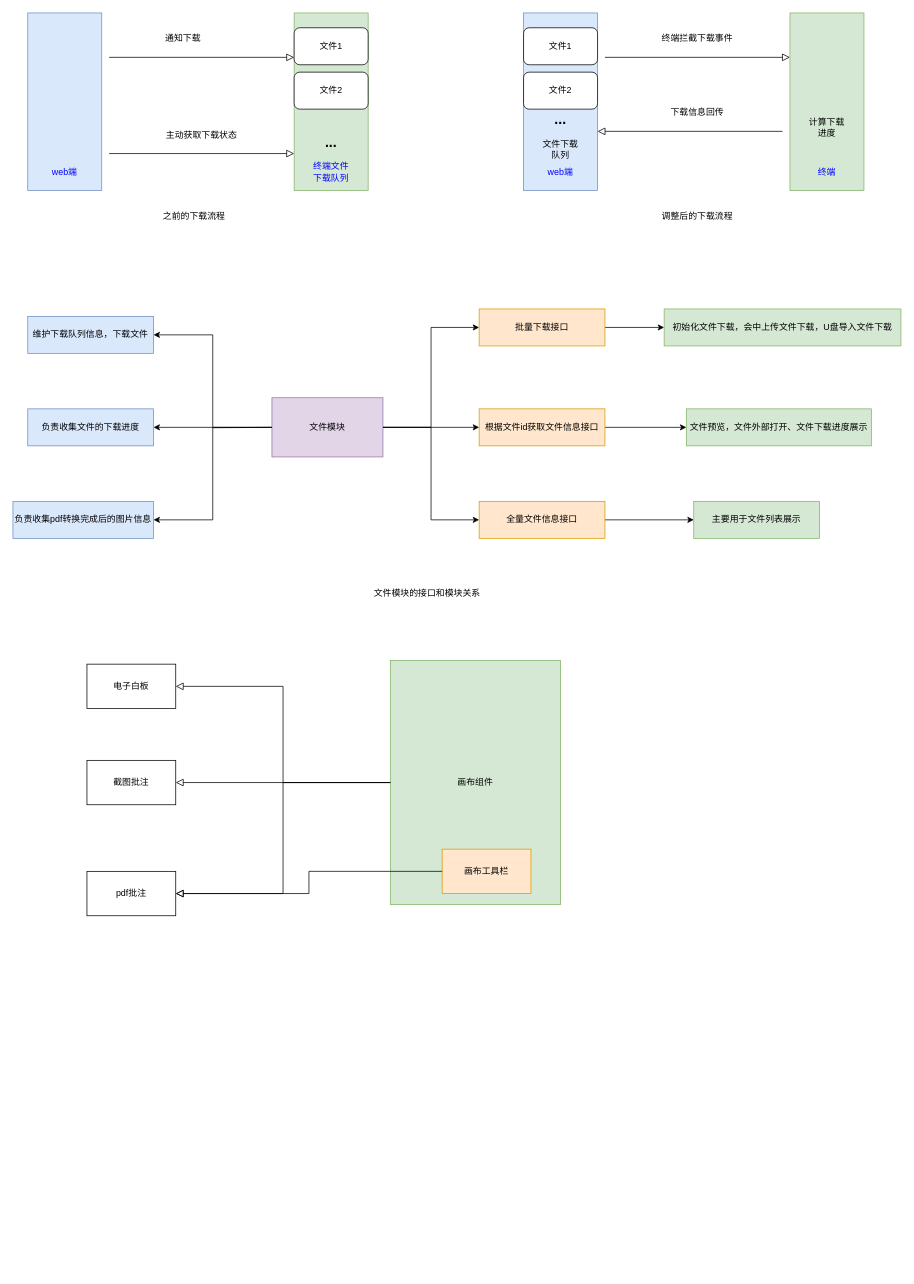
laterbuy/blogTalk keeps this draw.io diagram as whiteboard/work/download.drawio. Above is the earlier version. Source tidied: cells renumbered, new cells numbered last; positions are measured from the earlier drawing's top-left corner, leaving out a move shared by most shapes. Both pictures are drawn from the tidied source at 74%, with x=0, y=0 at pixel (13, 13).
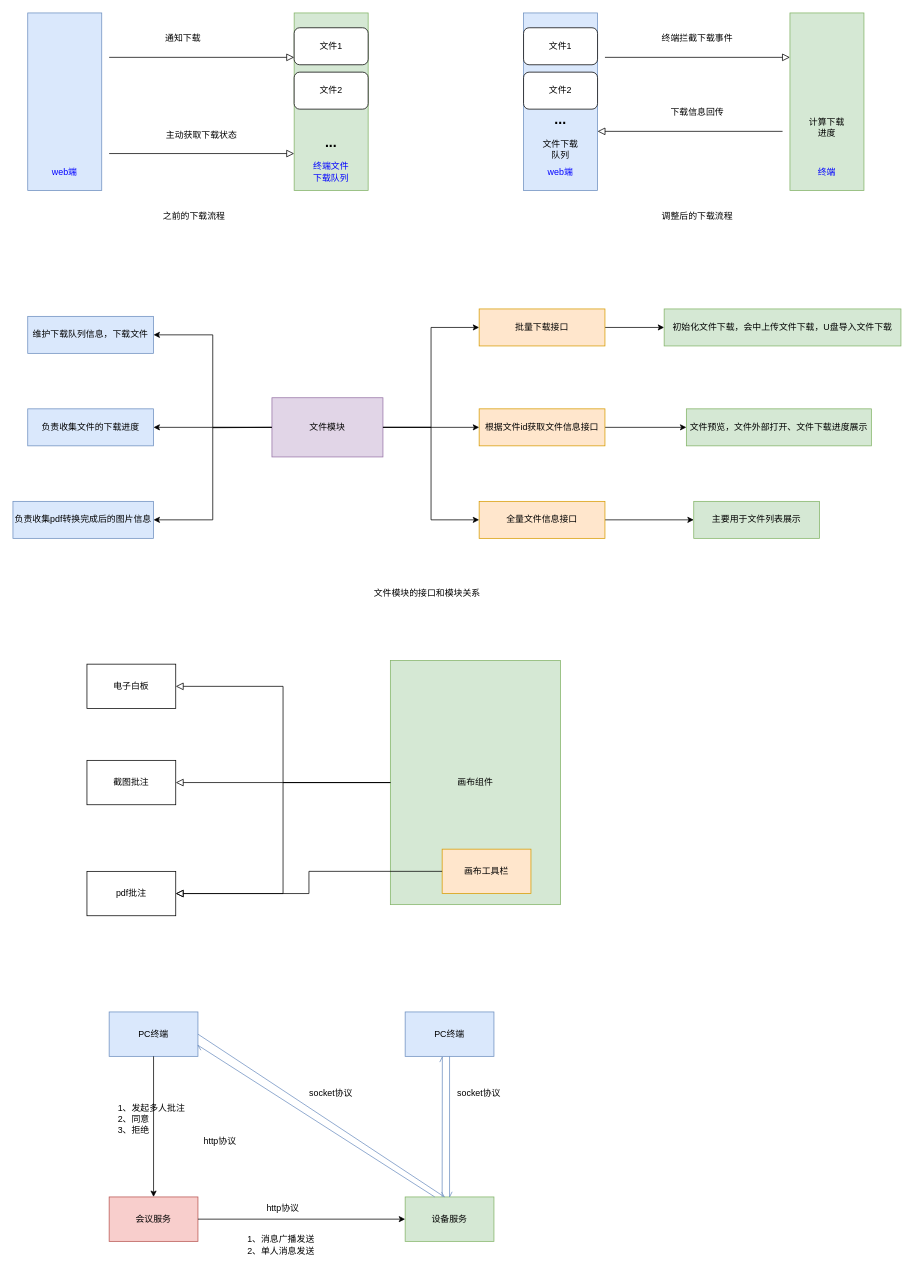
Above is the later version.

The edit, as a diff of the source:
```diff
@@
+    <mxCell id="57" value="PC终端" style="rounded=0;whiteSpace=wrap;html=1;fillColor=#dae8fc;strokeColor=#6c8ebf;" parent="1" vertex="1">
+      <mxGeometry x="130" y="1350" width="120" height="60" as="geometry" />
+    </mxCell>
+    <mxCell id="58" value="会议服务" style="rounded=0;whiteSpace=wrap;html=1;fillColor=#f8cecc;strokeColor=#b85450;" parent="1" vertex="1">
+      <mxGeometry x="130" y="1600" width="120" height="60" as="geometry" />
+    </mxCell>
+    <mxCell id="59" value="设备服务" style="rounded=0;whiteSpace=wrap;html=1;fillColor=#d5e8d4;strokeColor=#82b366;" parent="1" vertex="1">
+      <mxGeometry x="530" y="1600" width="120" height="60" as="geometry" />
+    </mxCell>
+    <mxCell id="60" style="endArrow=classic;html=1;rounded=0;exitX=0.5;exitY=1;exitDx=0;exitDy=0;entryX=0.5;entryY=0;entryDx=0;entryDy=0;" parent="1" edge="1" source="57" target="58">
+      <mxGeometry relative="1" as="geometry" />
+    </mxCell>
+    <mxCell id="61" style="endArrow=classic;html=1;rounded=0;exitX=0;exitY=0.5;exitDx=0;exitDy=0;entryX=0;entryY=0.5;entryDx=0;entryDy=0;" parent="1" edge="1" target="59">
+      <mxGeometry relative="1" as="geometry">
+        <mxPoint x="250" y="1630" as="sourcePoint" />
+      </mxGeometry>
+    </mxCell>
+    <mxCell id="62" style="endArrow=openAsync;html=1;rounded=0;endFill=0;fillColor=#dae8fc;strokeColor=#6c8ebf;" parent="1" edge="1">
+      <mxGeometry relative="1" as="geometry">
+        <mxPoint x="570" y="1600" as="sourcePoint" />
+        <mxPoint x="250" y="1395" as="targetPoint" />
+      </mxGeometry>
+    </mxCell>
+    <mxCell id="63" style="endArrow=openAsync;html=1;rounded=0;exitX=1;exitY=0.5;exitDx=0;exitDy=0;entryX=0.442;entryY=0;entryDx=0;entryDy=0;entryPerimeter=0;endFill=0;fillColor=#dae8fc;strokeColor=#6c8ebf;" parent="1" edge="1" source="57" target="59">
+      <mxGeometry relative="1" as="geometry" />
+    </mxCell>
+    <mxCell id="64" value="socket协议" style="text;html=1;strokeColor=none;fillColor=none;align=center;verticalAlign=middle;whiteSpace=wrap;rounded=0;" parent="1" vertex="1">
+      <mxGeometry x="590" y="1450" width="80" height="20" as="geometry" />
+    </mxCell>
+    <mxCell id="65" value="http协议" style="text;html=1;strokeColor=none;fillColor=none;align=center;verticalAlign=middle;whiteSpace=wrap;rounded=0;" parent="1" vertex="1">
+      <mxGeometry x="335" y="1600" width="60" height="30" as="geometry" />
+    </mxCell>
+    <mxCell id="66" value="http协议" style="text;html=1;strokeColor=none;fillColor=none;align=center;verticalAlign=middle;whiteSpace=wrap;rounded=0;" parent="1" vertex="1">
+      <mxGeometry x="250" y="1510" width="60" height="30" as="geometry" />
+    </mxCell>
+    <mxCell id="67" value="1、发起多人批注&lt;br&gt;2、同意&lt;br&gt;3、拒绝" style="text;html=1;strokeColor=none;fillColor=none;align=left;verticalAlign=middle;whiteSpace=wrap;rounded=0;" parent="1" vertex="1">
+      <mxGeometry x="140" y="1460" width="110" height="70" as="geometry" />
+    </mxCell>
+    <mxCell id="68" value="1、消息广播发送&lt;br&gt;2、单人消息发送" style="text;html=1;strokeColor=none;fillColor=none;align=left;verticalAlign=middle;whiteSpace=wrap;rounded=0;" parent="1" vertex="1">
+      <mxGeometry x="315" y="1630" width="110" height="70" as="geometry" />
+    </mxCell>
+    <mxCell id="69" value="PC终端" style="rounded=0;whiteSpace=wrap;html=1;fillColor=#dae8fc;strokeColor=#6c8ebf;" parent="1" vertex="1">
+      <mxGeometry x="530" y="1350" width="120" height="60" as="geometry" />
+    </mxCell>
+    <mxCell id="70" style="endArrow=openAsync;html=1;rounded=0;exitX=0.5;exitY=1;exitDx=0;exitDy=0;entryX=0.5;entryY=0;entryDx=0;entryDy=0;endFill=0;fillColor=#dae8fc;strokeColor=#6c8ebf;" parent="1" edge="1" source="69" target="59">
+      <mxGeometry relative="1" as="geometry" />
+    </mxCell>
+    <mxCell id="71" style="endArrow=openAsync;html=1;rounded=0;endFill=0;fillColor=#dae8fc;strokeColor=#6c8ebf;entryX=0.419;entryY=1.013;entryDx=0;entryDy=0;entryPerimeter=0;" parent="1" edge="1" target="69">
+      <mxGeometry relative="1" as="geometry">
+        <mxPoint x="580" y="1600" as="sourcePoint" />
+      </mxGeometry>
+    </mxCell>
+    <mxCell id="72" value="socket协议" style="text;html=1;strokeColor=none;fillColor=none;align=center;verticalAlign=middle;whiteSpace=wrap;rounded=0;" parent="1" vertex="1">
+      <mxGeometry x="390" y="1450" width="80" height="20" as="geometry" />
+    </mxCell>
```
